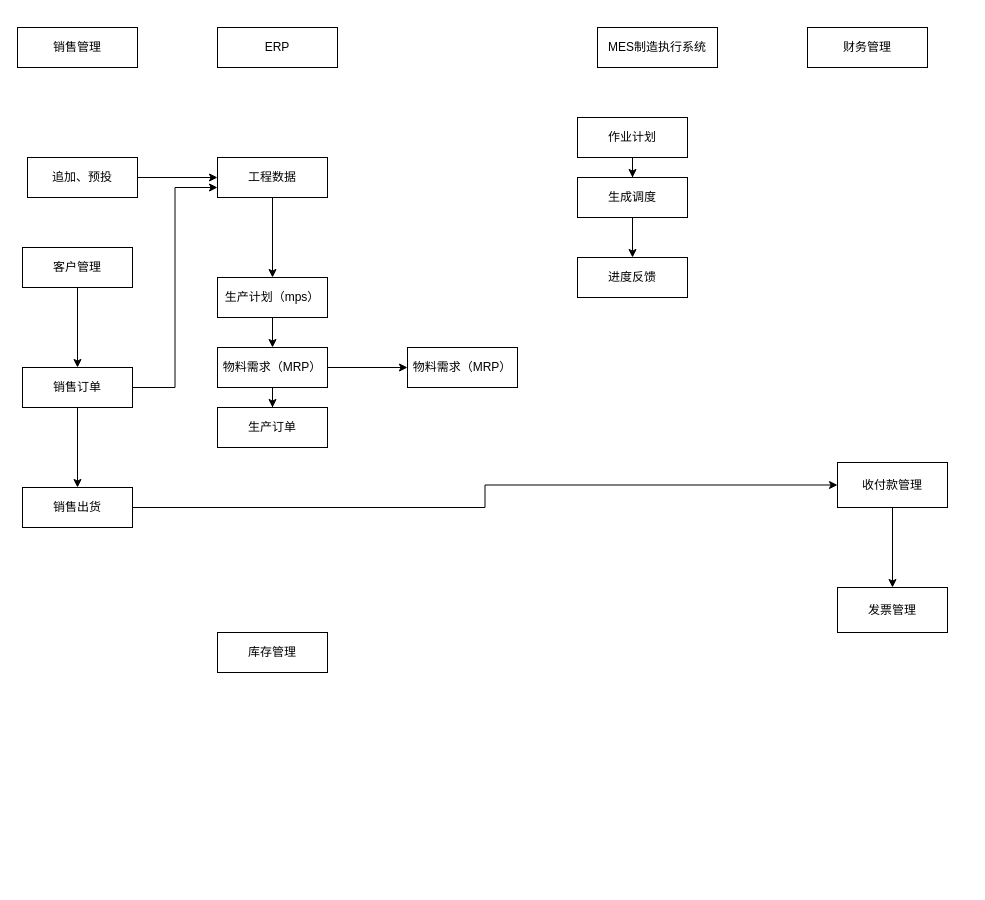
Earlier version of the draw.io diagram 未命名绘图.drawio (jtzjtz/draw-io). Source tidied: cells renumbered, new cells numbered last; positions are measured from the earlier drawing's top-left corner, leaving out a move shared by most shapes. Both pictures are drawn from the tidied source at 100%, with x=0, y=0 at pixel (17, 27).
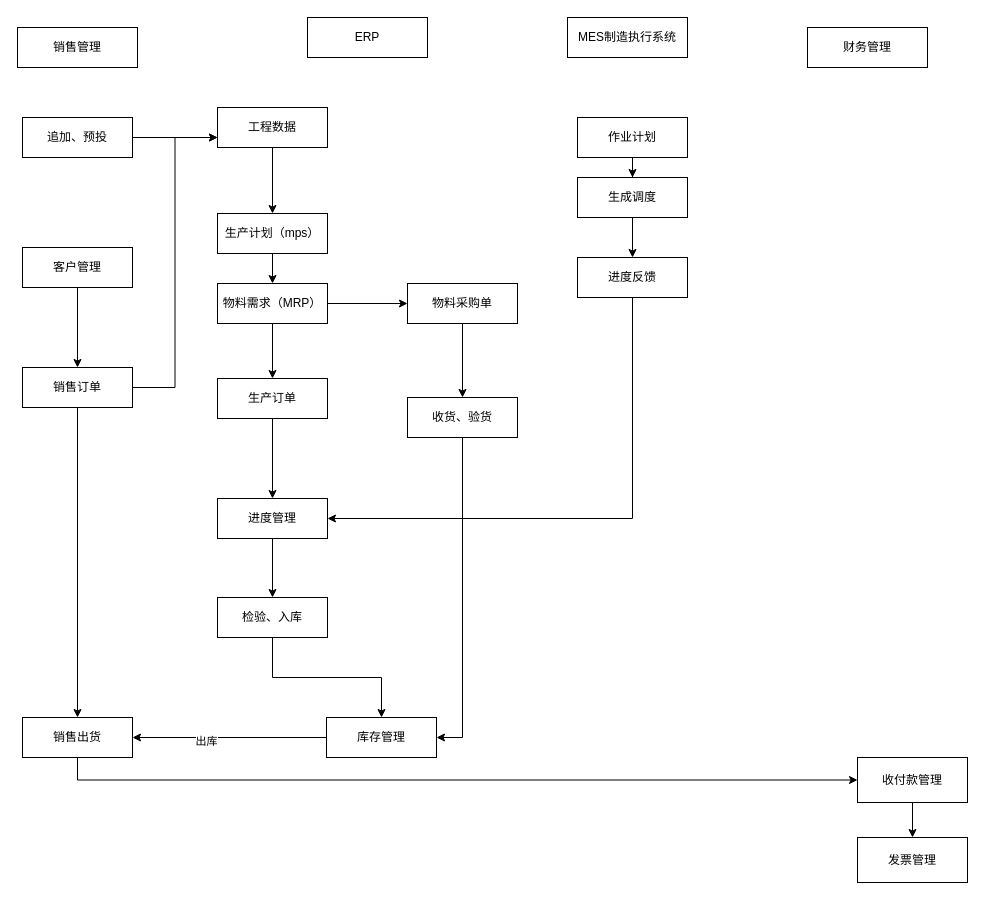
The same page after the edit.

Commit message:
ERP一体化流程图.drawio

Unchanged cells that the change refers to:
```xml
<mxCell id="32" value="进度反馈" style="rounded=0;whiteSpace=wrap;html=1;" parent="1" vertex="1">
  <mxGeometry x="560" y="230" width="110" height="40" as="geometry" />
</mxCell>
```

Diff of the diagram source:
```diff
@@
     <mxCell id="3" value="ERP" style="rounded=0;whiteSpace=wrap;html=1;" parent="1" vertex="1">
-      <mxGeometry x="200" width="120" height="40" as="geometry" />
+      <mxGeometry x="290" y="-10" width="120" height="40" as="geometry" />
     </mxCell>
     <mxCell id="4" value="MES制造执行系统" style="rounded=0;whiteSpace=wrap;html=1;" parent="1" vertex="1">
-      <mxGeometry x="580" width="120" height="40" as="geometry" />
+      <mxGeometry x="550" y="-10" width="120" height="40" as="geometry" />
     </mxCell>
@@
-    <mxCell id="6" style="edgeStyle=orthogonalEdgeStyle;rounded=0;jettySize=auto;html=1;" parent="1" edge="1" source="7" target="19">
+    <mxCell id="6" style="edgeStyle=orthogonalEdgeStyle;rounded=0;jettySize=auto;html=1;entryX=0;entryY=0.75;entryDx=0;entryDy=0;" parent="1" edge="1" source="7" target="19">
       <mxGeometry relative="1" as="geometry" />
     </mxCell>
     <mxCell id="7" value="追加、预投" style="rounded=0;whiteSpace=wrap;html=1;" parent="1" vertex="1">
-      <mxGeometry x="10" y="130" width="110" height="40" as="geometry" />
+      <mxGeometry x="5" y="90" width="110" height="40" as="geometry" />
     </mxCell>
@@
-    <mxCell id="13" style="edgeStyle=orthogonalEdgeStyle;rounded=0;jettySize=auto;html=1;" parent="1" edge="1" source="14" target="16">
+    <mxCell id="13" style="edgeStyle=orthogonalEdgeStyle;rounded=0;jettySize=auto;html=1;exitX=0.5;exitY=1;exitDx=0;exitDy=0;entryX=0;entryY=0.5;entryDx=0;entryDy=0;" parent="1" edge="1" source="14" target="16">
       <mxGeometry relative="1" as="geometry" />
     </mxCell>
     <mxCell id="14" value="销售出货" style="rounded=0;whiteSpace=wrap;html=1;" parent="1" vertex="1">
-      <mxGeometry x="5" y="460" width="110" height="40" as="geometry" />
+      <mxGeometry x="5" y="690" width="110" height="40" as="geometry" />
     </mxCell>
-    <mxCell id="15" style="edgeStyle=orthogonalEdgeStyle;rounded=0;jettySize=auto;html=1;" parent="1" edge="1" source="16" target="17">
+    <mxCell id="15" style="edgeStyle=orthogonalEdgeStyle;rounded=0;jettySize=auto;html=1;exitX=0.5;exitY=1;exitDx=0;exitDy=0;" parent="1" edge="1" source="16" target="17">
       <mxGeometry relative="1" as="geometry" />
     </mxCell>
     <mxCell id="16" value="收付款管理" style="rounded=0;whiteSpace=wrap;html=1;" parent="1" vertex="1">
-      <mxGeometry x="820" y="435" width="110" height="45" as="geometry" />
+      <mxGeometry x="840" y="730" width="110" height="45" as="geometry" />
     </mxCell>
     <mxCell id="17" value="发票管理" style="rounded=0;whiteSpace=wrap;html=1;" parent="1" vertex="1">
-      <mxGeometry x="820" y="560" width="110" height="45" as="geometry" />
+      <mxGeometry x="840" y="810" width="110" height="45" as="geometry" />
     </mxCell>
@@
     <mxCell id="19" value="工程数据" style="rounded=0;whiteSpace=wrap;html=1;" parent="1" vertex="1">
-      <mxGeometry x="200" y="130" width="110" height="40" as="geometry" />
+      <mxGeometry x="200" y="80" width="110" height="40" as="geometry" />
     </mxCell>
@@
     <mxCell id="21" value="生产计划（mps）" style="rounded=0;whiteSpace=wrap;html=1;" parent="1" vertex="1">
-      <mxGeometry x="200" y="250" width="110" height="40" as="geometry" />
+      <mxGeometry x="200" y="186" width="110" height="40" as="geometry" />
     </mxCell>
@@
     <mxCell id="24" value="物料需求（MRP）" style="rounded=0;whiteSpace=wrap;html=1;" parent="1" vertex="1">
-      <mxGeometry x="200" y="320" width="110" height="40" as="geometry" />
+      <mxGeometry x="200" y="256" width="110" height="40" as="geometry" />
     </mxCell>
+    <mxCell id="33" style="edgeStyle=orthogonalEdgeStyle;rounded=0;jettySize=auto;html=1;" parent="1" edge="1" source="25" target="40">
+      <mxGeometry relative="1" as="geometry" />
+    </mxCell>
     <mxCell id="25" value="生产订单" style="rounded=0;whiteSpace=wrap;html=1;" parent="1" vertex="1">
-      <mxGeometry x="200" y="380" width="110" height="40" as="geometry" />
+      <mxGeometry x="200" y="351" width="110" height="40" as="geometry" />
     </mxCell>
+    <mxCell id="34" style="edgeStyle=orthogonalEdgeStyle;rounded=0;jettySize=auto;html=1;entryX=1;entryY=0.5;entryDx=0;entryDy=0;" parent="1" edge="1" source="26" target="14">
+      <mxGeometry relative="1" as="geometry" />
+    </mxCell>
+    <mxCell id="35" value="出库" style="edgeLabel;html=1;align=center;verticalAlign=middle;" parent="34" vertex="1">
+      <mxGeometry x="0.25" y="3" relative="1" as="geometry" />
+    </mxCell>
     <mxCell id="26" value="库存管理" style="rounded=0;whiteSpace=wrap;html=1;" parent="1" vertex="1">
-      <mxGeometry x="200" y="605" width="110" height="40" as="geometry" />
+      <mxGeometry x="309" y="690" width="110" height="40" as="geometry" />
     </mxCell>
+    <mxCell id="36" style="edgeStyle=orthogonalEdgeStyle;rounded=0;jettySize=auto;html=1;" parent="1" edge="1" source="27" target="38">
+      <mxGeometry relative="1" as="geometry" />
+    </mxCell>
-    <mxCell id="27" value="物料需求（MRP）" style="rounded=0;whiteSpace=wrap;html=1;" parent="1" vertex="1">
-      <mxGeometry x="390" y="320" width="110" height="40" as="geometry" />
+    <mxCell id="27" value="物料采购单" style="rounded=0;whiteSpace=wrap;html=1;" parent="1" vertex="1">
+      <mxGeometry x="390" y="256" width="110" height="40" as="geometry" />
     </mxCell>
@@
+    <mxCell id="37" style="edgeStyle=orthogonalEdgeStyle;rounded=0;jettySize=auto;html=1;entryX=1;entryY=0.5;entryDx=0;entryDy=0;" parent="1" edge="1" source="38" target="26">
+      <mxGeometry relative="1" as="geometry" />
+    </mxCell>
+    <mxCell id="38" value="收货、验货" style="rounded=0;whiteSpace=wrap;html=1;" parent="1" vertex="1">
+      <mxGeometry x="390" y="370" width="110" height="40" as="geometry" />
+    </mxCell>
+    <mxCell id="39" style="edgeStyle=orthogonalEdgeStyle;rounded=0;jettySize=auto;html=1;" parent="1" edge="1" source="40" target="43">
+      <mxGeometry relative="1" as="geometry" />
+    </mxCell>
+    <mxCell id="40" value="进度管理" style="rounded=0;whiteSpace=wrap;html=1;" parent="1" vertex="1">
+      <mxGeometry x="200" y="471" width="110" height="40" as="geometry" />
+    </mxCell>
+    <mxCell id="41" style="edgeStyle=orthogonalEdgeStyle;rounded=0;jettySize=auto;html=1;entryX=1;entryY=0.5;entryDx=0;entryDy=0;" parent="1" edge="1" source="32" target="40">
+      <mxGeometry relative="1" as="geometry">
+        <Array as="points">
+          <mxPoint x="615" y="491" />
+        </Array>
+      </mxGeometry>
+    </mxCell>
+    <mxCell id="42" style="edgeStyle=orthogonalEdgeStyle;rounded=0;jettySize=auto;html=1;entryX=0.5;entryY=0;entryDx=0;entryDy=0;" parent="1" edge="1" source="43" target="26">
+      <mxGeometry relative="1" as="geometry" />
+    </mxCell>
+    <mxCell id="43" value="检验、入库" style="rounded=0;whiteSpace=wrap;html=1;" parent="1" vertex="1">
+      <mxGeometry x="200" y="570" width="110" height="40" as="geometry" />
+    </mxCell>
```
